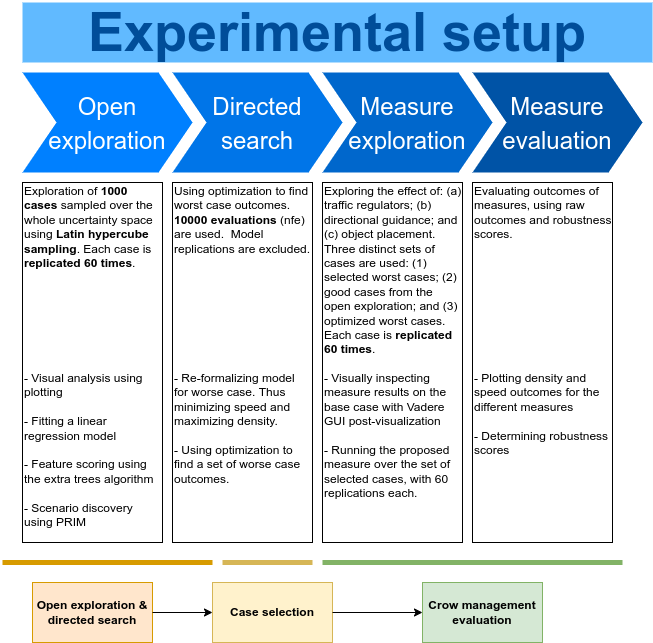
Earlier version of the draw.io export figures/Experimental_Design.png (floristevito/CrowdSim). Source tidied: cells renumbered, new cells last; positions are measured from the earlier drawing's top-left corner, leaving out a move shared by most shapes.
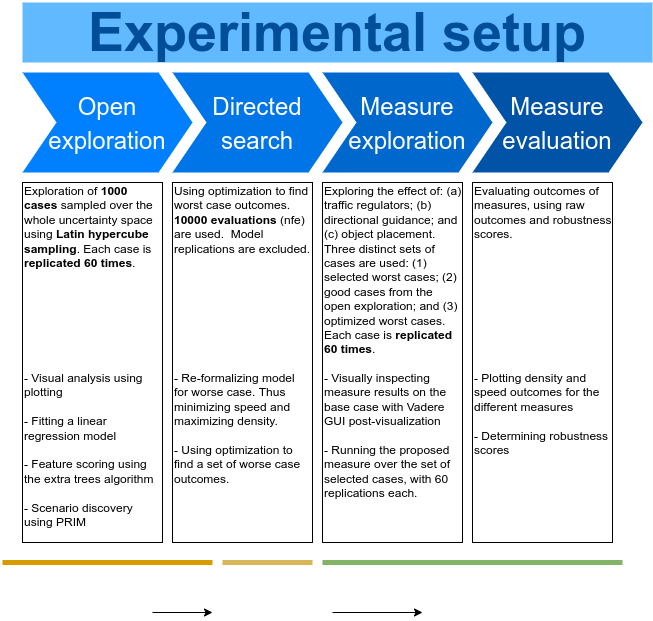
Later version of the same file.

Diff of the diagram source:
```diff
@@ -29,38 +29,35 @@
     <mxCell id="10" value="Evaluating outcomes of measures, using raw outcomes and robustness scores.&lt;br&gt;&lt;br&gt;&lt;br&gt;&lt;br&gt;&lt;br&gt;&lt;br&gt;&lt;br&gt;&lt;br&gt;&lt;br&gt;&lt;br&gt;&lt;span&gt;- Plotting density and speed outcomes for the different measures&lt;br&gt;&lt;/span&gt;&lt;span&gt;&lt;br&gt;- Determining robustness scores&lt;/span&gt;&lt;span&gt;&lt;br&gt;&lt;/span&gt;" style="text;spacingTop=-5;fillColor=#ffffff;whiteSpace=wrap;html=1;align=left;fontSize=12;fontFamily=Helvetica;fillColor=none;strokeColor=default;" parent="1" vertex="1">
       <mxGeometry x="470" y="180" width="140" height="360" as="geometry" />
     </mxCell>
-    <mxCell id="11" value="&lt;b&gt;Open exploration &amp;amp; directed search&lt;/b&gt;" style="rounded=0;whiteSpace=wrap;html=1;fillColor=#ffe6cc;strokeColor=#d79b00;" parent="1" vertex="1">
-      <mxGeometry x="30" y="580" width="120" height="60" as="geometry" />
+    <mxCell id="11" style="endArrow=none;html=1;rounded=0;fillColor=#ffe6cc;strokeColor=#d79b00;strokeWidth=5;" parent="1" edge="1">
+      <mxGeometry relative="1" as="geometry">
+        <mxPoint y="560" as="sourcePoint" />
+        <mxPoint x="210" y="560" as="targetPoint" />
+      </mxGeometry>
     </mxCell>
-    <mxCell id="12" value="&lt;b&gt;Case selection&lt;/b&gt;" style="rounded=0;whiteSpace=wrap;html=1;fillColor=#fff2cc;strokeColor=#d6b656;" parent="1" vertex="1">
-      <mxGeometry x="210" y="580" width="120" height="60" as="geometry" />
+    <mxCell id="12" style="endArrow=none;html=1;rounded=0;fillColor=#fff2cc;strokeColor=#d6b656;strokeWidth=5;" parent="1" edge="1">
+      <mxGeometry relative="1" as="geometry">
+        <mxPoint x="220" y="560" as="sourcePoint" />
+        <mxPoint x="310" y="560" as="targetPoint" />
+      </mxGeometry>
     </mxCell>
-    <mxCell id="13" value="&lt;b&gt;Crow management evaluation&lt;/b&gt;" style="rounded=0;whiteSpace=wrap;html=1;fillColor=#d5e8d4;strokeColor=#82b366;" parent="1" vertex="1">
-      <mxGeometry x="420" y="580" width="120" height="60" as="geometry" />
+    <mxCell id="13" style="endArrow=none;html=1;rounded=0;fillColor=#d5e8d4;strokeColor=#82b366;strokeWidth=5;" parent="1" edge="1">
+      <mxGeometry relative="1" as="geometry">
+        <mxPoint x="320" y="560" as="sourcePoint" />
+        <mxPoint x="620" y="560" as="targetPoint" />
+      </mxGeometry>
     </mxCell>
-    <mxCell id="14" style="endArrow=none;html=1;rounded=0;fillColor=#ffe6cc;strokeColor=#d79b00;strokeWidth=5;" parent="1" edge="1">
+    <mxCell id="14" style="edgeStyle=orthogonalEdgeStyle;rounded=0;orthogonalLoop=1;jettySize=auto;html=1;exitX=1;exitY=0.5;exitDx=0;exitDy=0;entryX=0;entryY=0.5;entryDx=0;entryDy=0;" parent="1" edge="1">
       <mxGeometry relative="1" as="geometry">
-        <mxPoint y="560" as="sourcePoint" />
-        <mxPoint x="210" y="560" as="targetPoint" />
+        <mxPoint x="150" y="610" as="sourcePoint" />
+        <mxPoint x="210" y="610" as="targetPoint" />
       </mxGeometry>
     </mxCell>
-    <mxCell id="15" style="endArrow=none;html=1;rounded=0;fillColor=#fff2cc;strokeColor=#d6b656;strokeWidth=5;" parent="1" edge="1">
+    <mxCell id="15" style="edgeStyle=orthogonalEdgeStyle;rounded=0;orthogonalLoop=1;jettySize=auto;html=1;exitX=1;exitY=0.5;exitDx=0;exitDy=0;entryX=0;entryY=0.5;entryDx=0;entryDy=0;" parent="1" edge="1">
       <mxGeometry relative="1" as="geometry">
-        <mxPoint x="220" y="560" as="sourcePoint" />
-        <mxPoint x="310" y="560" as="targetPoint" />
+        <mxPoint x="330" y="610" as="sourcePoint" />
+        <mxPoint x="420" y="610" as="targetPoint" />
       </mxGeometry>
     </mxCell>
-    <mxCell id="16" style="endArrow=none;html=1;rounded=0;fillColor=#d5e8d4;strokeColor=#82b366;strokeWidth=5;" parent="1" edge="1">
-      <mxGeometry relative="1" as="geometry">
-        <mxPoint x="320" y="560" as="sourcePoint" />
-        <mxPoint x="620" y="560" as="targetPoint" />
-      </mxGeometry>
-    </mxCell>
-    <mxCell id="17" style="edgeStyle=orthogonalEdgeStyle;rounded=0;jettySize=auto;html=1;exitX=1;exitY=0.5;exitDx=0;exitDy=0;entryX=0;entryY=0.5;entryDx=0;entryDy=0;" parent="1" edge="1" source="11" target="12">
-      <mxGeometry relative="1" as="geometry" />
-    </mxCell>
-    <mxCell id="18" style="edgeStyle=orthogonalEdgeStyle;rounded=0;jettySize=auto;html=1;exitX=1;exitY=0.5;exitDx=0;exitDy=0;entryX=0;entryY=0.5;entryDx=0;entryDy=0;" parent="1" edge="1" source="12" target="13">
-      <mxGeometry relative="1" as="geometry" />
-    </mxCell>
   </root>
 </mxGraphModel>
```
